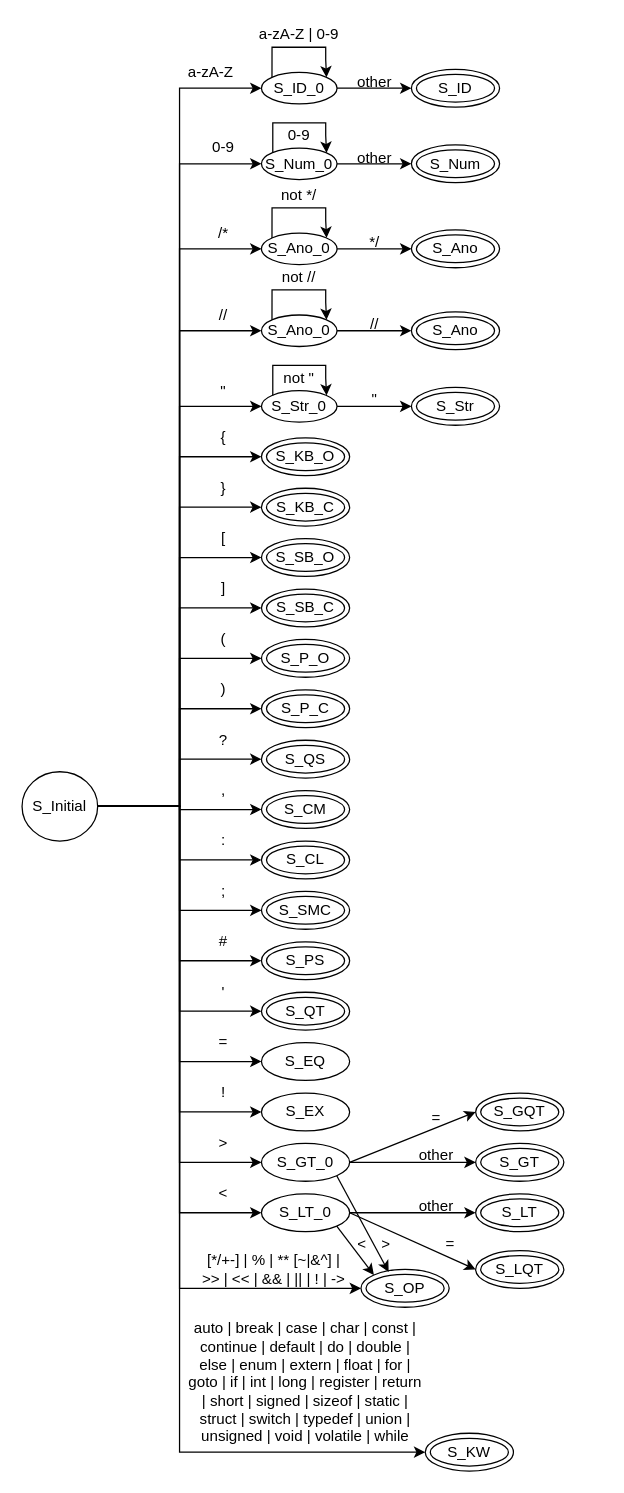
Earlier version of the draw.io diagram Untitled Diagram.drawio (huangluzhi/flex_c). Source tidied: cells renumbered, new cells numbered last; positions are measured from the earlier drawing's top-left corner, leaving out a move shared by most shapes. Both pictures are drawn from the tidied source at 126%, with x=0, y=0 at pixel (21, 21).
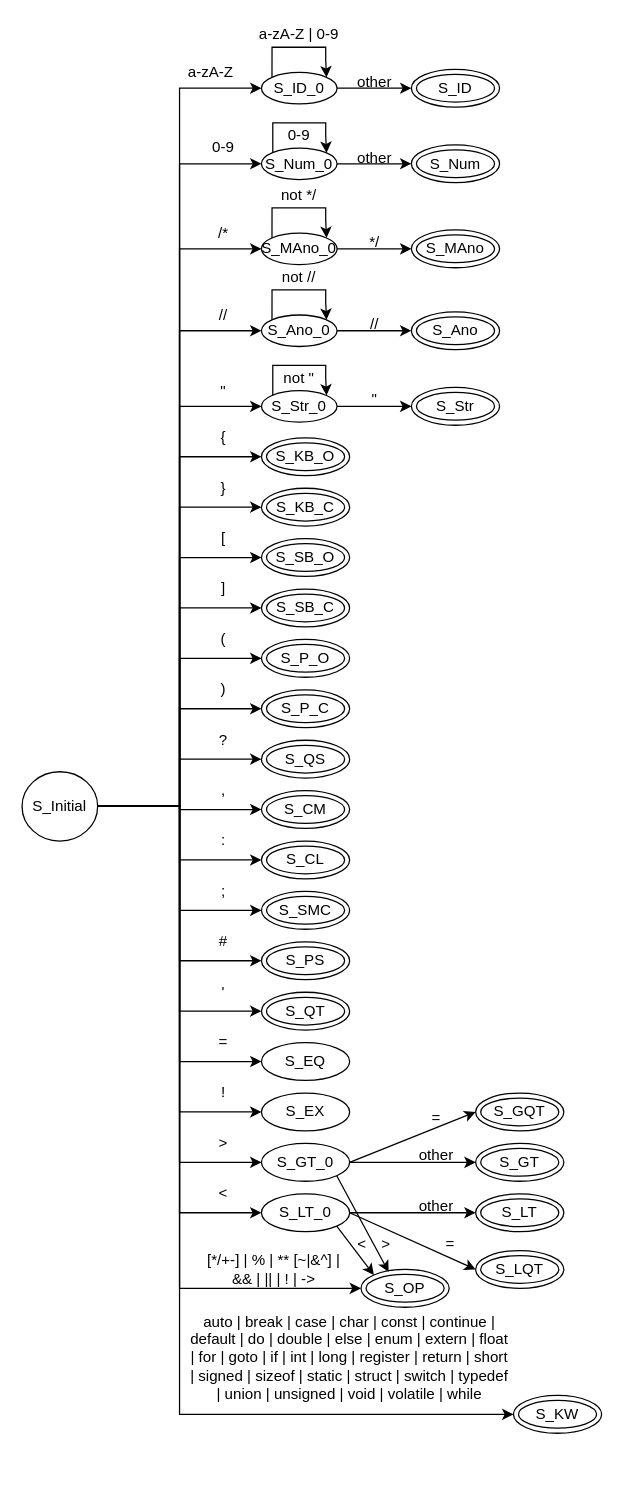
The same page after the edit.

The change refers to these unchanged cells:
```xml
<mxCell id="25" value="S_Initial" style="ellipse;whiteSpace=wrap;html=1;" parent="1" vertex="1">
  <mxGeometry y="595" width="60" height="55" as="geometry" />
</mxCell>
```

The edit, as a diff of the source:
```diff
@@
     <mxCell id="17" style="edgeStyle=orthogonalEdgeStyle;rounded=0;jettySize=auto;html=1;exitX=1;exitY=0.5;exitDx=0;exitDy=0;entryX=0;entryY=0.5;entryDx=0;entryDy=0;" parent="1" edge="1" source="25" target="60">
       <mxGeometry relative="1" as="geometry">
         <Array as="points">
-          <mxPoint x="125" y="623" />
-          <mxPoint x="125" y="1135" />
+          <mxPoint x="125" y="622" />
+          <mxPoint x="125" y="1105" />
         </Array>
       </mxGeometry>
     </mxCell>
@@
-    <mxCell id="59" value="[*/+-] | % | ** [~|&amp;amp;^] | &amp;gt;&amp;gt; | &amp;lt;&amp;lt; | &amp;amp;&amp;amp; | || | ! | -&amp;gt;" style="text;html=1;strokeColor=none;fillColor=none;align=center;verticalAlign=middle;whiteSpace=wrap;rounded=0;" parent="1" vertex="1">
+    <mxCell id="59" value="[*/+-] | % | ** [~|&amp;amp;^] | &amp;amp;&amp;amp; | || | ! | -&amp;gt;" style="text;html=1;strokeColor=none;fillColor=none;align=center;verticalAlign=middle;whiteSpace=wrap;rounded=0;" parent="1" vertex="1">
       <mxGeometry x="140" y="980" width="120" height="20" as="geometry" />
     </mxCell>
     <mxCell id="60" value="S_KW" style="ellipse;shape=doubleEllipse;whiteSpace=wrap;html=1;" parent="1" vertex="1">
-      <mxGeometry x="320" y="1120" width="70" height="30" as="geometry" />
+      <mxGeometry x="390" y="1090" width="70" height="30" as="geometry" />
     </mxCell>
     <mxCell id="61" value="auto | break | case | char | const | continue | default | do | double | else | enum | extern | float | for | goto | if | int | long | register | return | short | signed | sizeof | static | struct | switch | typedef | union | unsigned | void | volatile | while" style="text;html=1;strokeColor=none;fillColor=none;align=center;verticalAlign=middle;whiteSpace=wrap;rounded=0;" parent="1" vertex="1">
-      <mxGeometry x="130" y="1070" width="190" height="20" as="geometry" />
+      <mxGeometry x="130" y="1050" width="260" height="20" as="geometry" />
     </mxCell>
@@
-    <mxCell id="106" value="S_Ano_0" style="ellipse;whiteSpace=wrap;html=1;" parent="1" vertex="1">
+    <mxCell id="106" value="S_MAno_0" style="ellipse;whiteSpace=wrap;html=1;" parent="1" vertex="1">
       <mxGeometry x="190" y="167.5" width="60" height="25" as="geometry" />
     </mxCell>
@@
-    <mxCell id="112" value="S_Ano" style="ellipse;shape=doubleEllipse;whiteSpace=wrap;html=1;" parent="1" vertex="1">
+    <mxCell id="112" value="S_MAno" style="ellipse;shape=doubleEllipse;whiteSpace=wrap;html=1;" parent="1" vertex="1">
       <mxGeometry x="309" y="165" width="70" height="30" as="geometry" />
     </mxCell>
```
